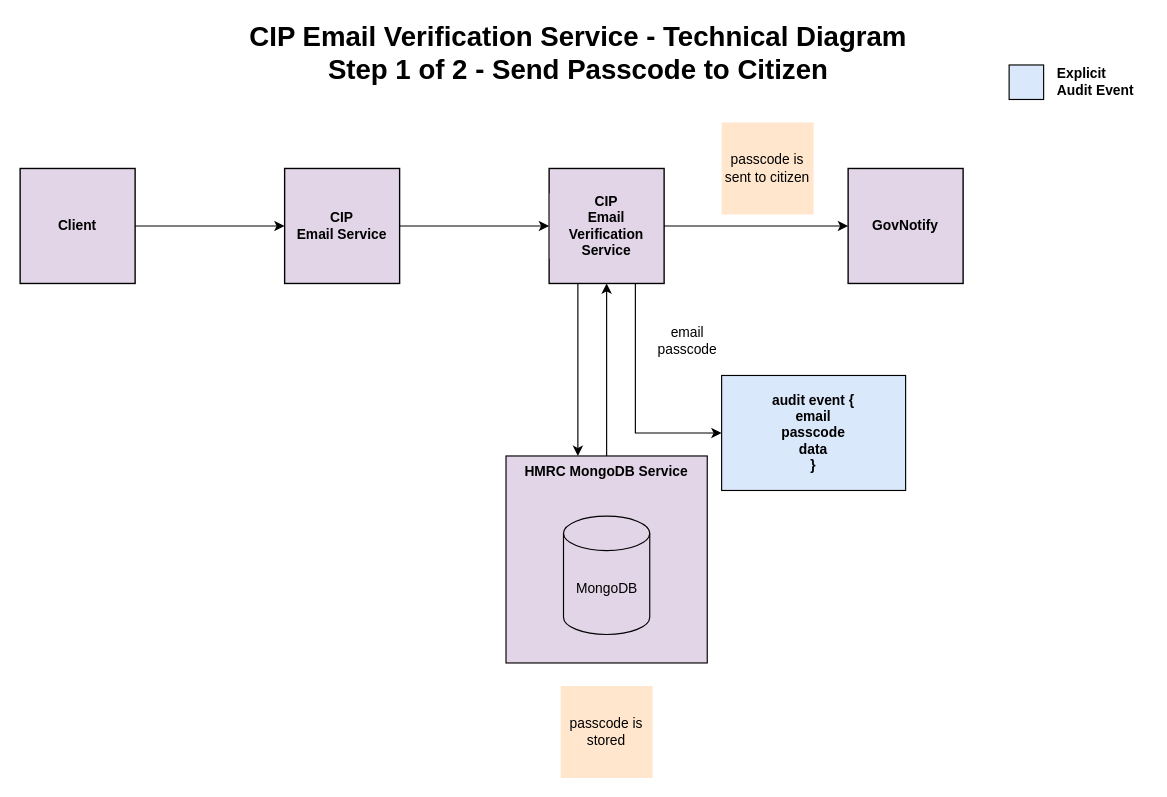
Before: diagrams/email_audit_verification.drawio in hmrc/cip-email, a draw.io diagram. Source tidied: cells renumbered, new cells numbered last; positions are measured from the earlier drawing's top-left corner, leaving out a move shared by most shapes. Both pictures are drawn from the tidied source at 115%, with x=0, y=0 at pixel (20, 30).
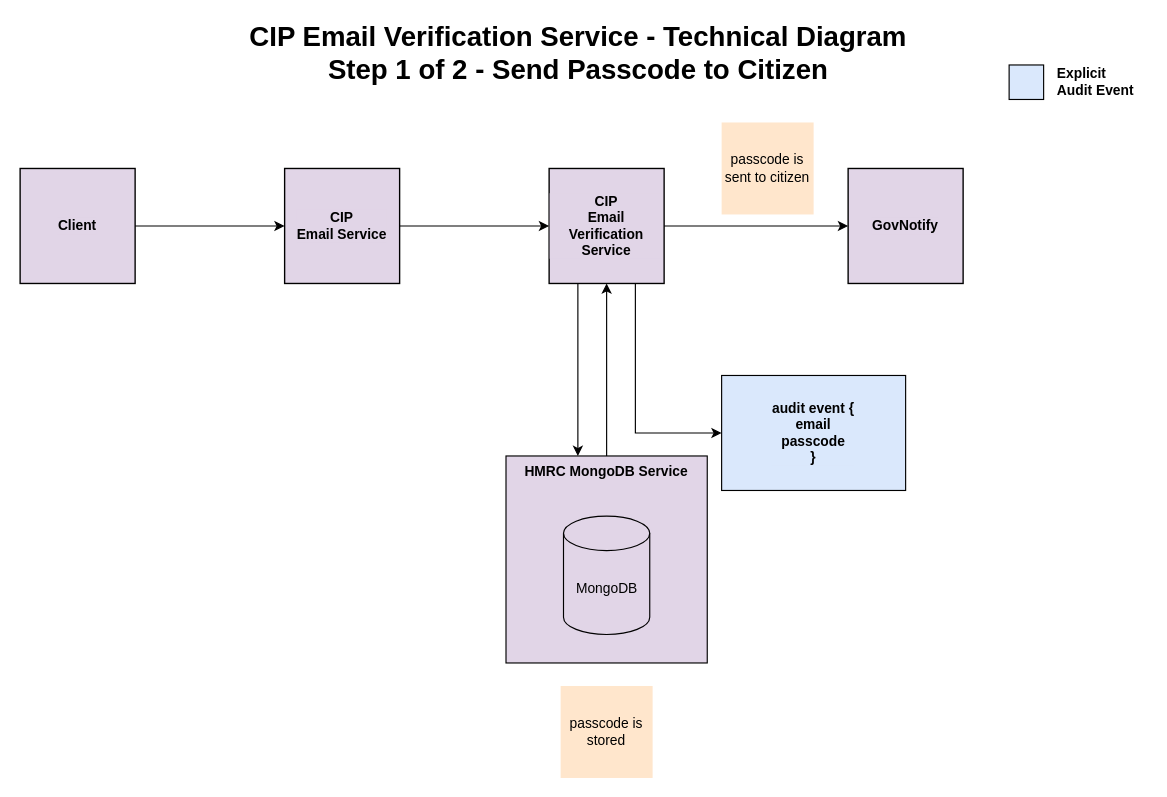
The same page after the edit.

Commit message (it also covers changes not shown here):
Updated audit diagrams

Change to the diagram source:
```diff
@@
-    <mxCell id="9" value="email&lt;br&gt;passcode" style="text;html=1;align=center;verticalAlign=middle;strokeColor=none;fillColor=none;" parent="1" vertex="1">
-      <mxGeometry x="545" y="250" width="70" height="40" as="geometry" />
-    </mxCell>
-    <mxCell id="10" value="&lt;span style=&quot;&quot;&gt;audit event {&lt;/span&gt;&lt;br style=&quot;&quot;&gt;&lt;span style=&quot;&quot;&gt;&#9;&lt;/span&gt;&lt;span style=&quot;&quot;&gt;email&lt;/span&gt;&lt;br style=&quot;&quot;&gt;&lt;span style=&quot;&quot;&gt;passcode&lt;/span&gt;&lt;br style=&quot;&quot;&gt;&lt;span style=&quot;&quot;&gt;data&lt;/span&gt;&lt;br style=&quot;&quot;&gt;&lt;span style=&quot;&quot;&gt;}&lt;/span&gt;" style="rounded=0;whiteSpace=wrap;html=1;labelBackgroundColor=#DAE8FC;strokeColor=#000000;fillColor=#DAE8FC;fontStyle=1;" parent="1" vertex="1">
+    <mxCell id="10" value="&lt;span style=&quot;&quot;&gt;audit event {&lt;/span&gt;&lt;br style=&quot;&quot;&gt;&lt;span style=&quot;&quot;&gt;&#9;&lt;/span&gt;&lt;span style=&quot;&quot;&gt;email&lt;/span&gt;&lt;br style=&quot;&quot;&gt;&lt;span style=&quot;&quot;&gt;passcode&lt;/span&gt;&lt;br style=&quot;&quot;&gt;&lt;span style=&quot;&quot;&gt;}&lt;/span&gt;" style="rounded=0;whiteSpace=wrap;html=1;labelBackgroundColor=#DAE8FC;strokeColor=#000000;fillColor=#DAE8FC;fontStyle=1;" parent="1" vertex="1">
       <mxGeometry x="610" y="300" width="160" height="100" as="geometry" />
     </mxCell>
```
